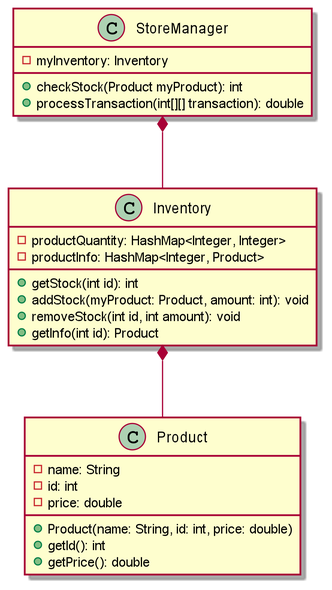
Before: diagram.png, a diagram exported from PlantUML (ASpaceFrog/E-Commerce-App).
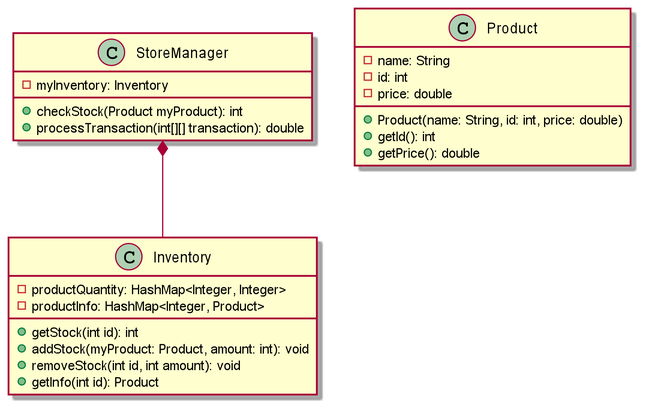
The same file after the commit.

Diff of the diagram source:
```diff
@@ -1,6 +1,5 @@
 @startuml
 scale 5
-Inventory *-- Product
 StoreManager *-- Inventory
 
 class Product {
```
